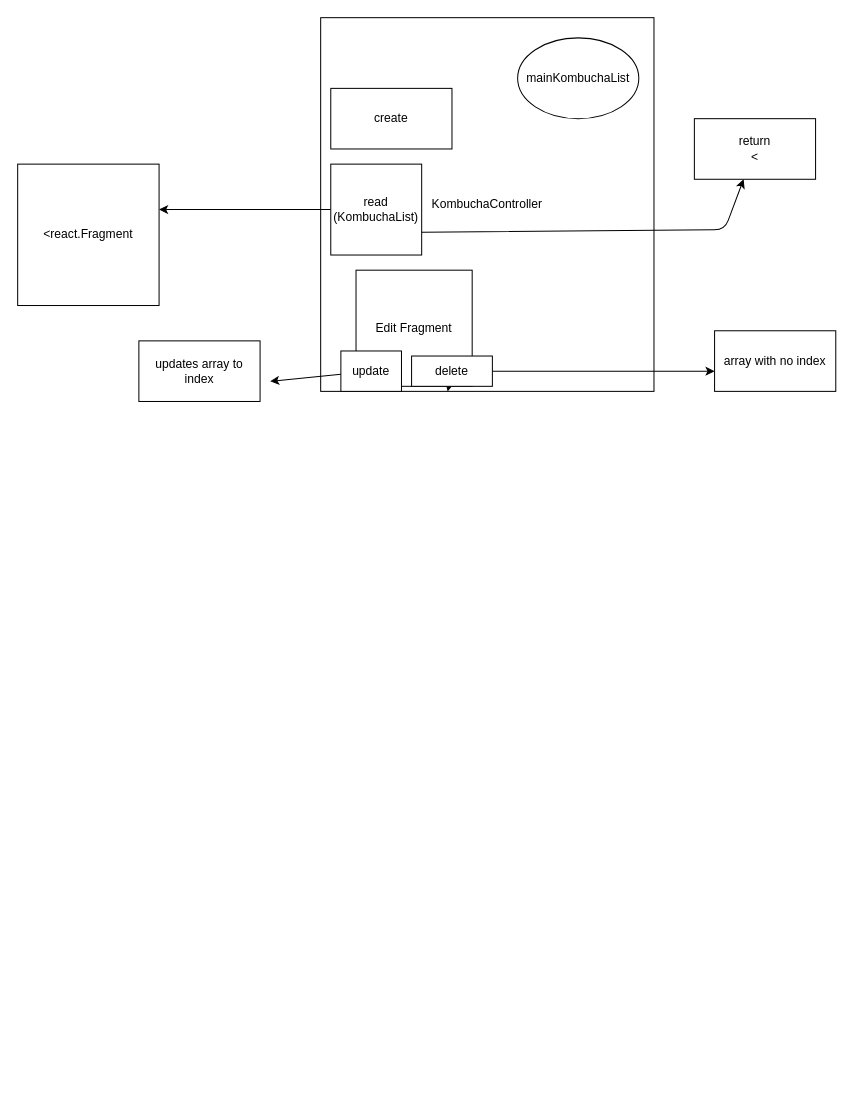
Earlier version of the draw.io diagram Diagram.drawio (Coltthatcher/Kombucha-club). Source tidied: cells renumbered, new cells numbered last; positions are measured from the earlier drawing's top-left corner, leaving out a move shared by most shapes. Both pictures are drawn from the tidied source at 101%, with x=0, y=0 at pixel (17, 17).
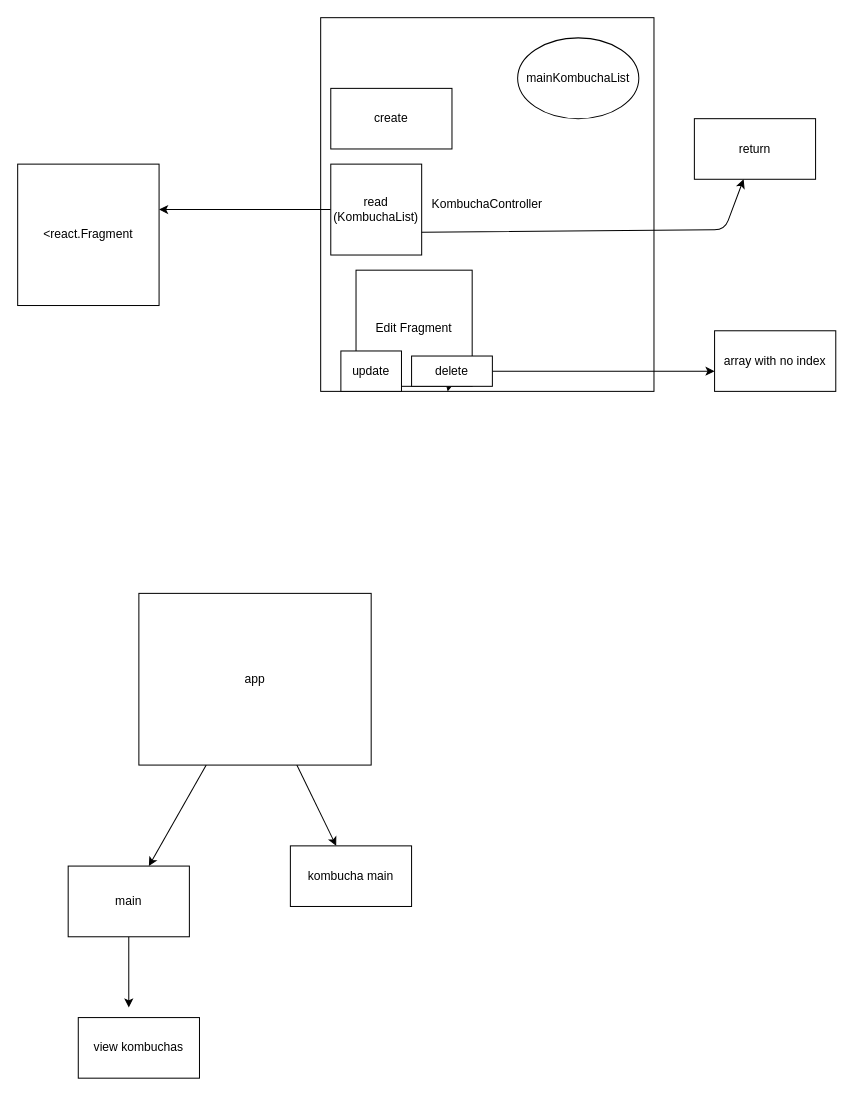
After the change.

Unchanged cells that the change refers to:
```xml
<mxCell id="12" value="update" style="rounded=0;whiteSpace=wrap;html=1;" parent="1" vertex="1">
  <mxGeometry x="320" y="330" width="60" height="40" as="geometry" />
</mxCell>
```

Change to the diagram source:
```diff
@@
-    <mxCell id="8" value="return&lt;br&gt;&amp;lt;" style="rounded=0;whiteSpace=wrap;html=1;" parent="1" vertex="1">
+    <mxCell id="8" value="return&lt;br&gt;" style="rounded=0;whiteSpace=wrap;html=1;" parent="1" vertex="1">
       <mxGeometry x="670" y="100" width="120" height="60" as="geometry" />
     </mxCell>
@@
-    <mxCell id="11" style="edgeStyle=none;html=1;" parent="1" edge="1" source="12">
-      <mxGeometry relative="1" as="geometry">
-        <mxPoint x="250" y="360" as="targetPoint" />
-      </mxGeometry>
-    </mxCell>
@@
-    <mxCell id="13" value="updates array to index" style="rounded=0;whiteSpace=wrap;html=1;" parent="1" vertex="1">
-      <mxGeometry x="120" y="320" width="120" height="60" as="geometry" />
-    </mxCell>
@@
+    <mxCell id="18" style="edgeStyle=none;html=1;" parent="1" edge="1" source="20" target="22">
+      <mxGeometry relative="1" as="geometry" />
+    </mxCell>
+    <mxCell id="19" style="edgeStyle=none;html=1;" parent="1" edge="1" source="20" target="23">
+      <mxGeometry relative="1" as="geometry" />
+    </mxCell>
+    <mxCell id="20" value="app" style="rounded=0;whiteSpace=wrap;html=1;" parent="1" vertex="1">
+      <mxGeometry x="120" y="570" width="230" height="170" as="geometry" />
+    </mxCell>
+    <mxCell id="21" style="edgeStyle=none;html=1;" parent="1" edge="1" source="22">
+      <mxGeometry relative="1" as="geometry">
+        <mxPoint x="110" y="980" as="targetPoint" />
+      </mxGeometry>
+    </mxCell>
+    <mxCell id="22" value="main" style="rounded=0;whiteSpace=wrap;html=1;" parent="1" vertex="1">
+      <mxGeometry x="50" y="840" width="120" height="70" as="geometry" />
+    </mxCell>
+    <mxCell id="23" value="kombucha main&lt;br&gt;" style="rounded=0;whiteSpace=wrap;html=1;" parent="1" vertex="1">
+      <mxGeometry x="270" y="820" width="120" height="60" as="geometry" />
+    </mxCell>
+    <mxCell id="24" value="view kombuchas" style="rounded=0;whiteSpace=wrap;html=1;" parent="1" vertex="1">
+      <mxGeometry x="60" y="990" width="120" height="60" as="geometry" />
+    </mxCell>
```
